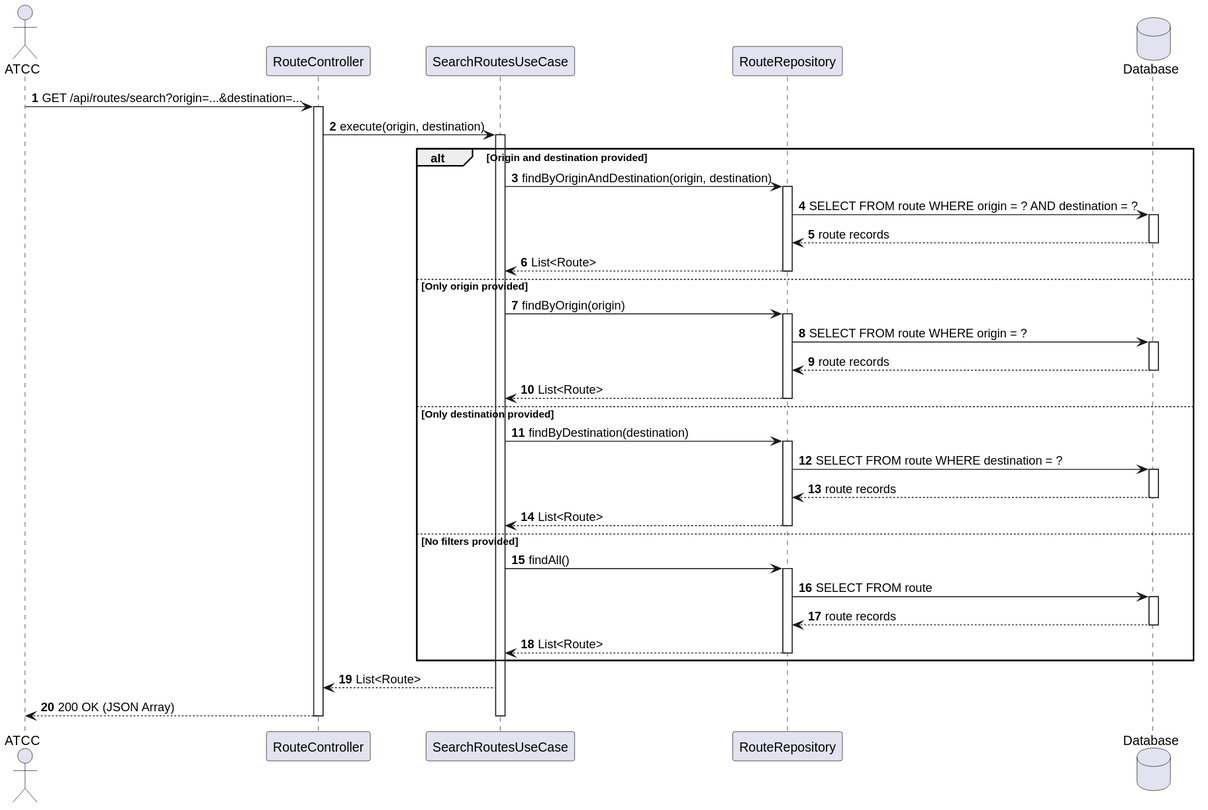
This is docs/system-documentation/use-cases/WP3A/US114/svg/sd_us114.svg from VascoMagolo/psoft_1231562_1241692_1242036_2db, a PlantUML export, as it was before one commit.
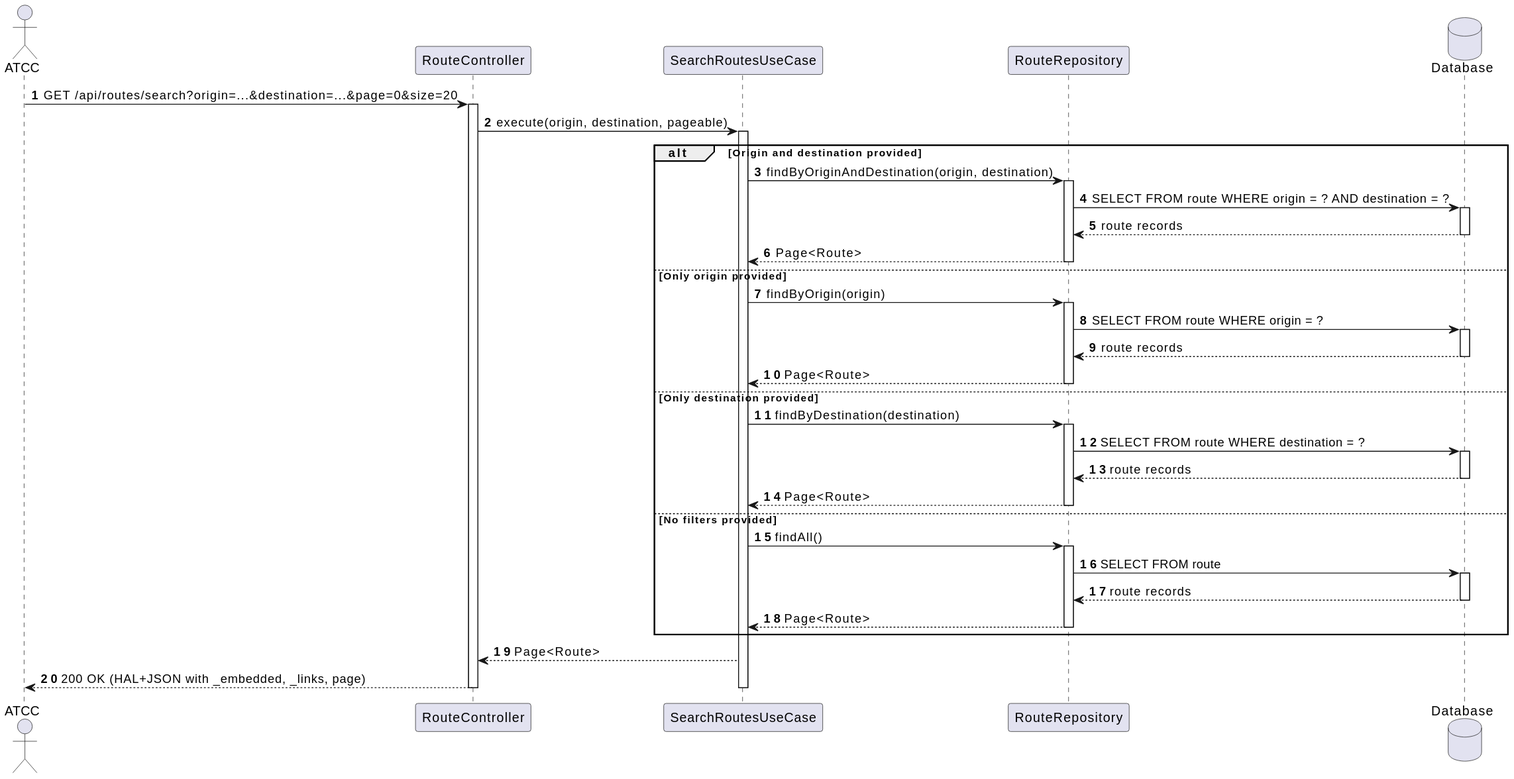
After the change.

What changed in the source:
```diff
@@ -6,10 +6,10 @@
 participant "RouteRepository" as Repo
 database "Database" as DB
 
-Actor -> Ctrl : GET /api/routes/search?origin=...&destination=...
+Actor -> Ctrl : GET /api/routes/search?origin=...&destination=...&page=0&size=20
 activate Ctrl
 
-Ctrl -> UC : execute(origin, destination)
+Ctrl -> UC : execute(origin, destination, pageable)
 activate UC
 
 alt Origin and destination provided
@@ -19,7 +19,7 @@
     activate DB
     DB --> Repo : route records
     deactivate DB
-    Repo --> UC : List<Route>
+    Repo --> UC : Page<Route>
     deactivate Repo
 else Only origin provided
     UC -> Repo : findByOrigin(origin)
@@ -28,7 +28,7 @@
     activate DB
     DB --> Repo : route records
     deactivate DB
-    Repo --> UC : List<Route>
+    Repo --> UC : Page<Route>
     deactivate Repo
 else Only destination provided
     UC -> Repo : findByDestination(destination)
@@ -37,7 +37,7 @@
     activate DB
     DB --> Repo : route records
     deactivate DB
-    Repo --> UC : List<Route>
+    Repo --> UC : Page<Route>
     deactivate Repo
 else No filters provided
     UC -> Repo : findAll()
@@ -46,12 +46,12 @@
     activate DB
     DB --> Repo : route records
     deactivate DB
-    Repo --> UC : List<Route>
+    Repo --> UC : Page<Route>
     deactivate Repo
 end
 
-UC --> Ctrl : List<Route>
-Ctrl --> Actor : 200 OK (JSON Array)
+UC --> Ctrl : Page<Route>
+Ctrl --> Actor : 200 OK (HAL+JSON with _embedded, _links, page)
 
 deactivate UC
 deactivate Ctrl
```
